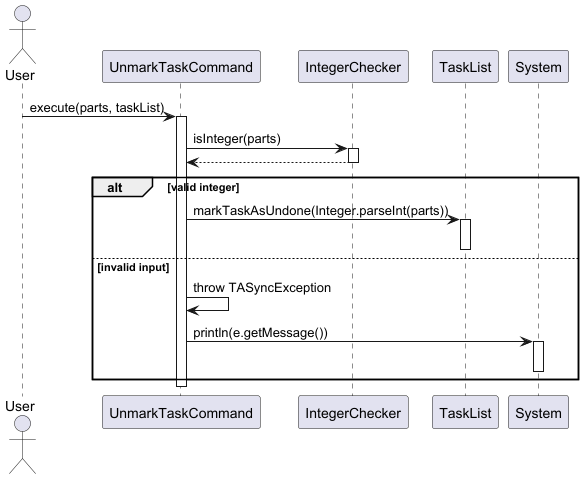
Before: docs/diagrams/tasklistcommands/UnmarkTaskCommandSequenceDiagram.png, a diagram exported from PlantUML (wongyihao02/tp).
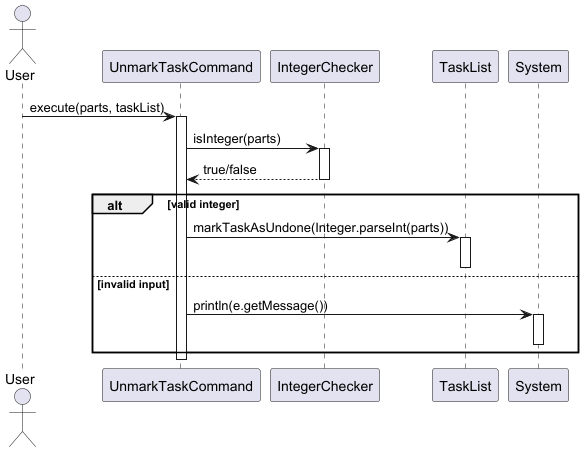
The same file after the commit.

Diff of the diagram source:
```diff
@@ -12,7 +12,7 @@
 
 UnmarkCmd -> Checker : isInteger(parts)
 activate Checker
-Checker --> UnmarkCmd
+Checker --> UnmarkCmd : true/false
 deactivate Checker
 
 alt valid integer
@@ -20,7 +20,6 @@
     activate TaskList
     deactivate TaskList
 else invalid input
-    UnmarkCmd -> UnmarkCmd : throw TASyncException
     UnmarkCmd -> Console : println(e.getMessage())
     activate Console
     deactivate Console
```
